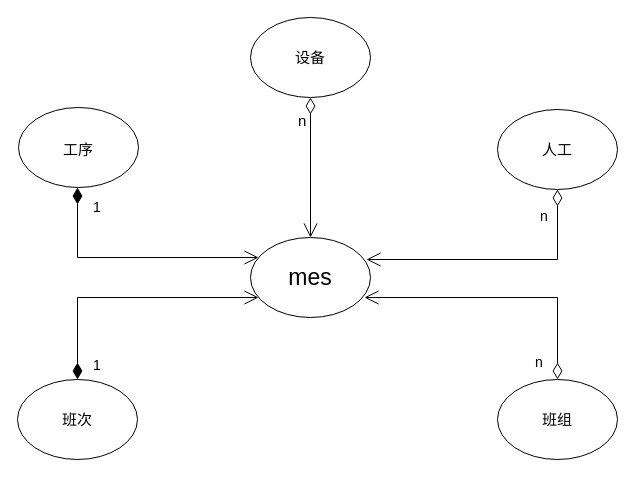
Before: 关联关系.drawio in KNAI-I/test, a draw.io diagram. Source tidied: cells renumbered, new cells numbered last; positions are measured from the earlier drawing's top-left corner, leaving out a move shared by most shapes. Both pictures are drawn from the tidied source at 100%, with x=0, y=0 at pixel (17, 17).
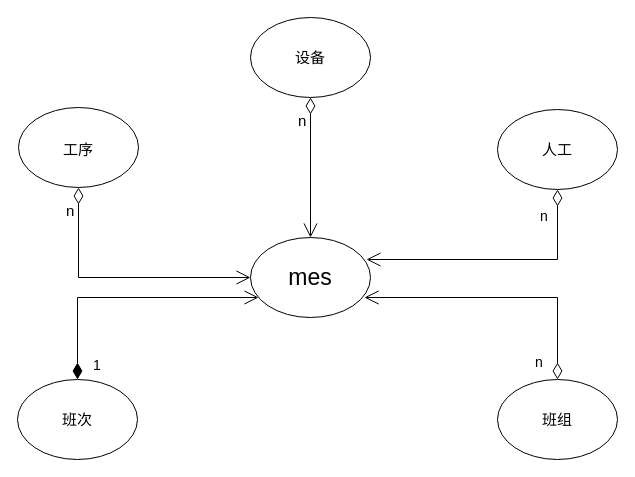
The same page after the edit.

Commit message:
更新关联关系.drawio

Unchanged cells that the change refers to:
```xml
<mxCell id="2" value="&lt;font style=&quot;font-size: 23px;&quot;&gt;mes&lt;/font&gt;" style="ellipse;whiteSpace=wrap;html=1;" parent="1" vertex="1">
  <mxGeometry x="233" y="220" width="120" height="80" as="geometry" />
</mxCell>
<mxCell id="3" value="&lt;font style=&quot;font-size: 15px;&quot;&gt;工序&lt;/font&gt;" style="ellipse;whiteSpace=wrap;html=1;fontSize=23;" parent="1" vertex="1">
  <mxGeometry x="1" y="90" width="120" height="80" as="geometry" />
</mxCell>
```

The edit, as a diff of the source:
```diff
@@
-    <mxCell id="15" value="1" style="endArrow=open;html=1;endSize=12;startArrow=diamondThin;startSize=14;startFill=1;edgeStyle=orthogonalEdgeStyle;align=left;verticalAlign=bottom;rounded=0;fontSize=14;exitX=0.492;exitY=1;exitDx=0;exitDy=0;exitPerimeter=0;" parent="1" edge="1">
-      <mxGeometry x="-0.75" y="14" relative="1" as="geometry">
-        <mxPoint x="60" y="170" as="sourcePoint" />
-        <mxPoint x="241" y="240" as="targetPoint" />
-        <Array as="points">
-          <mxPoint x="60" y="240" />
-        </Array>
-      </mxGeometry>
-    </mxCell>
+    <mxCell id="16" style="endArrow=open;html=1;endSize=12;startArrow=diamondThin;startSize=14;startFill=0;edgeStyle=orthogonalEdgeStyle;rounded=0;fontSize=15;exitX=0.5;exitY=1;exitDx=0;exitDy=0;entryX=0;entryY=0.5;entryDx=0;entryDy=0;" parent="1" edge="1" source="3" target="2">
+      <mxGeometry relative="1" as="geometry" />
+    </mxCell>
+    <mxCell id="17" value="n" style="edgeLabel;html=1;align=left;verticalAlign=top;fontSize=15;" parent="16" vertex="1">
+      <mxGeometry x="-1" relative="1" as="geometry">
+        <mxPoint x="-14" y="8" as="offset" />
+      </mxGeometry>
+    </mxCell>
```
